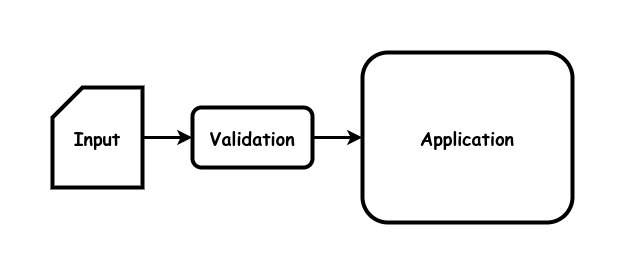
Above: images/data-validation.drawio.png in garfix/architectural-patterns (draw.io), before the change. Source tidied: cells renumbered, new cells last; positions are measured from the earlier drawing's top-left corner, leaving out a move shared by most shapes.
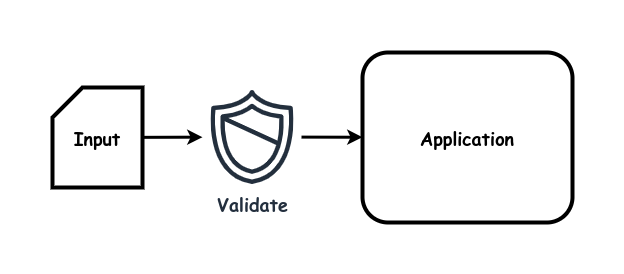
The same diagram one commit later.

The edit, as a diff of the source:
```diff
@@ -8,14 +8,14 @@
     <mxCell id="3" value="Input" style="shape=card;whiteSpace=wrap;html=1;strokeWidth=4;fontFamily=Comic Sans MS;fontStyle=1;fontSize=18;" parent="1" vertex="1">
       <mxGeometry y="35" width="90" height="100" as="geometry" />
     </mxCell>
-    <mxCell id="4" style="endArrow=none;startArrow=classic;html=1;rounded=0;strokeWidth=3;endFill=0;" parent="1" edge="1" source="5" target="3">
+    <mxCell id="4" style="endArrow=none;startArrow=classic;html=1;rounded=0;strokeWidth=3;endFill=0;" parent="1" edge="1" source="7" target="3">
       <mxGeometry relative="1" as="geometry" />
     </mxCell>
-    <mxCell id="5" value="&lt;b style=&quot;font-size: 18px;&quot;&gt;Validation&lt;br&gt;&lt;/b&gt;" style="rounded=1;whiteSpace=wrap;html=1;strokeWidth=4;fontFamily=Comic Sans MS;fontSize=18;" parent="1" vertex="1">
-      <mxGeometry x="140" y="55" width="120" height="60" as="geometry" />
-    </mxCell>
-    <mxCell id="6" style="endArrow=none;startArrow=classic;html=1;rounded=0;strokeWidth=3;endFill=0;" parent="1" edge="1" source="2" target="5">
+    <mxCell id="6" style="endArrow=none;startArrow=classic;html=1;rounded=0;strokeWidth=3;endFill=0;" parent="1" edge="1" source="2" target="7">
       <mxGeometry relative="1" as="geometry" />
     </mxCell>
+    <mxCell id="7" value="&lt;font style=&quot;font-size: 18px;&quot; face=&quot;Comic Sans MS&quot;&gt;&lt;b&gt;Validate&lt;/b&gt;&lt;/font&gt;" style="sketch=0;outlineConnect=0;fontColor=#232F3E;gradientColor=none;fillColor=#232F3D;strokeColor=none;dashed=0;verticalLabelPosition=bottom;verticalAlign=top;align=center;html=1;fontSize=12;fontStyle=0;shape=mxgraph.aws4.shield2;" parent="1" vertex="1">
+      <mxGeometry x="150" y="35" width="99" height="99" as="geometry" />
+    </mxCell>
   </root>
 </mxGraphModel>
```
